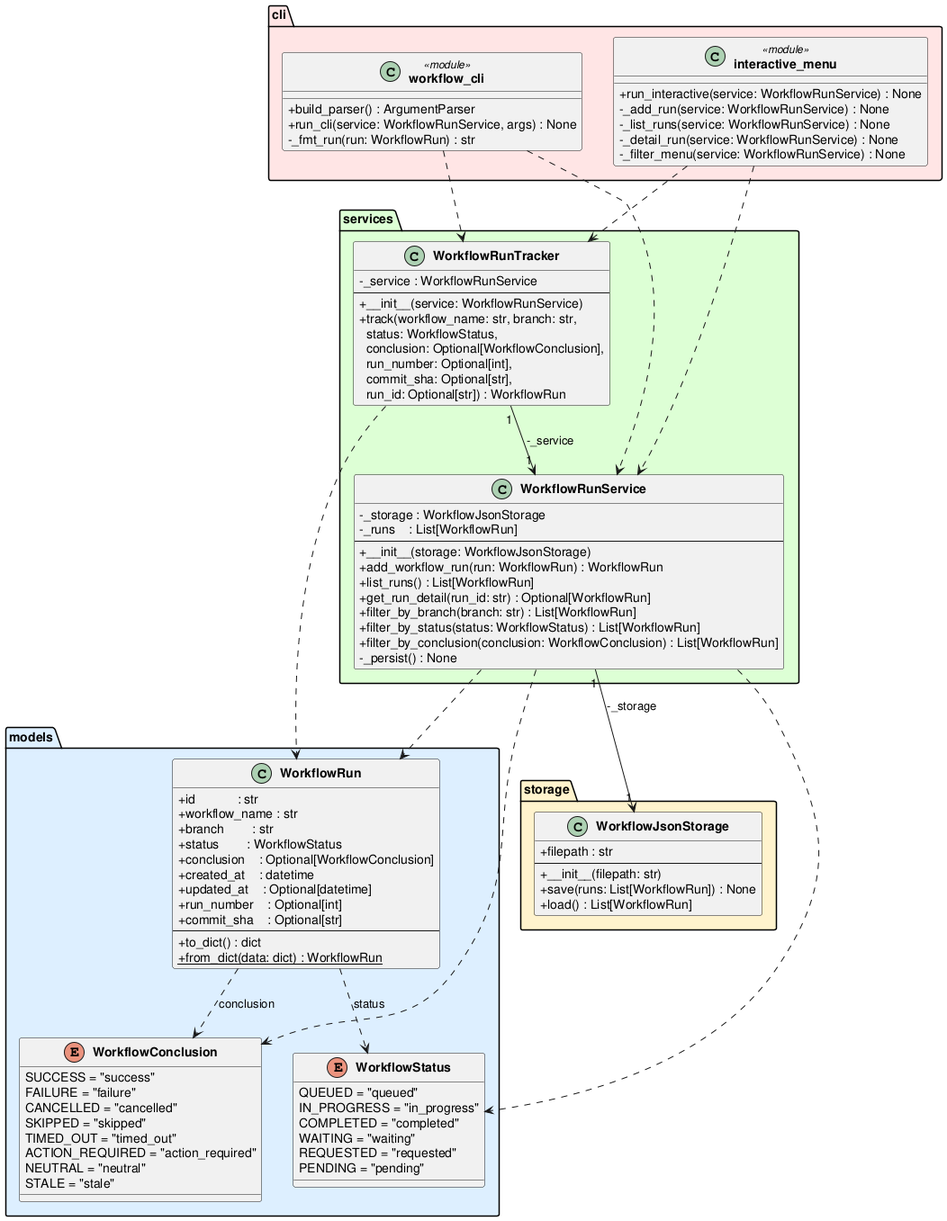
Earlier version of the PlantUML export experiments/broadcast/test_driven/github-workflow-manager/artifacts/class_diagram.png (DanielRiha8906/Software_autoevolution_using_agents).
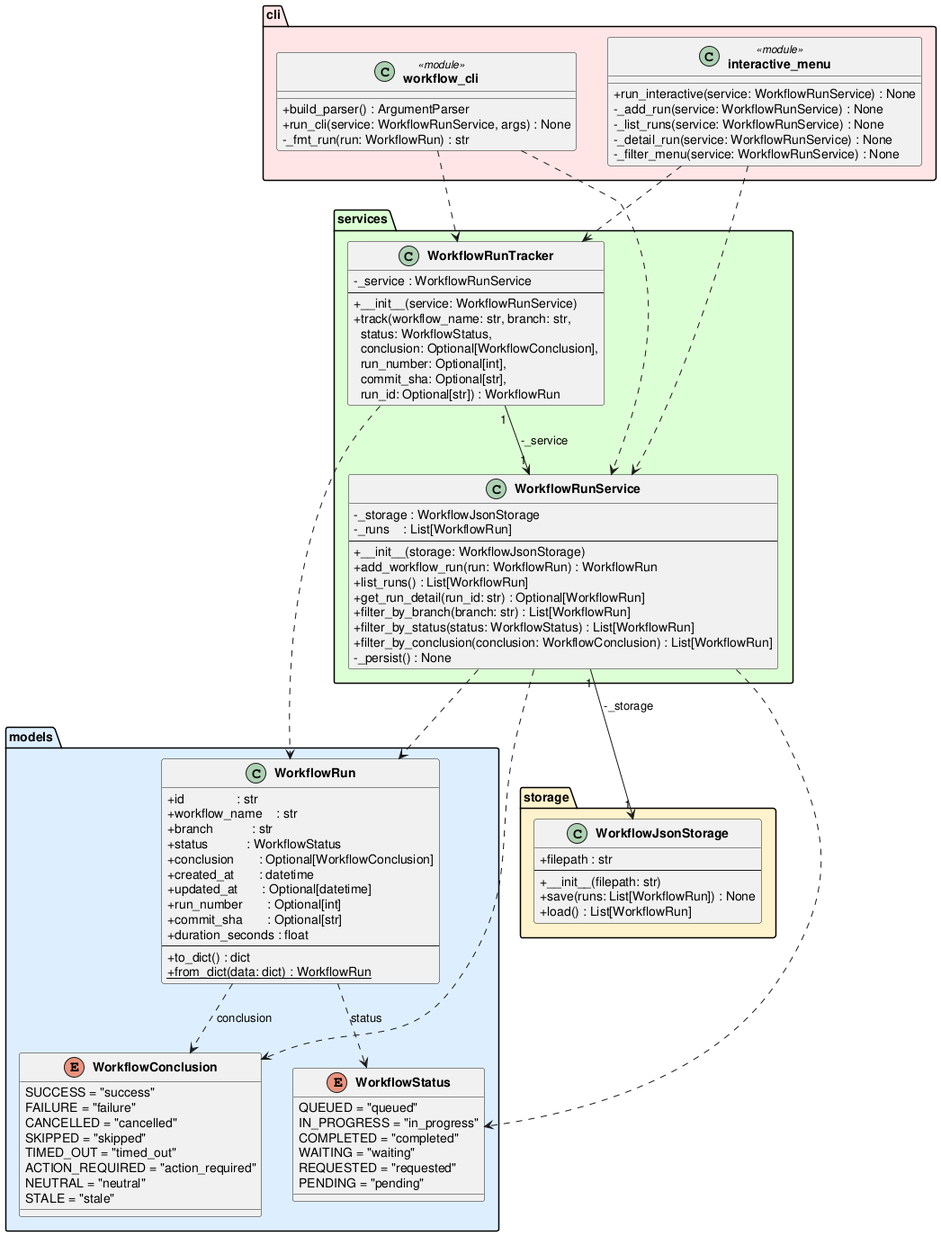
After the change.

What changed in the source:
```diff
@@ -25,15 +25,16 @@
     }
 
     class WorkflowRun {
-        +id            : str
-        +workflow_name : str
-        +branch        : str
-        +status        : WorkflowStatus
-        +conclusion    : Optional[WorkflowConclusion]
-        +created_at    : datetime
-        +updated_at    : Optional[datetime]
-        +run_number    : Optional[int]
-        +commit_sha    : Optional[str]
+        +id               : str
+        +workflow_name    : str
+        +branch           : str
+        +status           : WorkflowStatus
+        +conclusion       : Optional[WorkflowConclusion]
+        +created_at       : datetime
+        +updated_at       : Optional[datetime]
+        +run_number       : Optional[int]
+        +commit_sha       : Optional[str]
+        +duration_seconds : float
         --
         +to_dict() : dict
         +{static} from_dict(data: dict) : WorkflowRun
```
